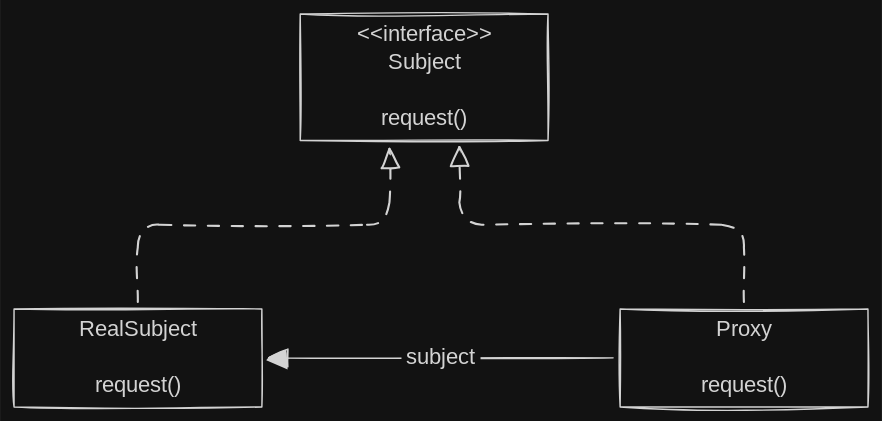
The Excalidraw diagram 02-theory/design-pattern-proxy/assets/proxy-pattern-class-diagram.excalidraw.svg in gukin-han/gukin-han.github.io, before a commit. Source tidied: one line per element, renumbered; positions are measured from the earlier drawing's top-left corner, leaving out a move shared by most shapes. Source of this version:
```json
{"id": 0, "type": "rectangle", "strokeColor": "#1e1e1e", "strokeWidth": 1, "roughness": 1, "x": 204, "y": 0, "width": 177, "height": 90}
{"id": 1, "type": "text", "text": "<<interface>>\nSubject\n\nrequest()", "strokeColor": "#1e1e1e", "strokeWidth": 1, "roughness": 1, "fontSize": 16, "fontFamily": 5, "textAlign": "center", "inside": 0, "x": 240, "y": 5, "width": 106, "height": 80}
{"id": 2, "type": "rectangle", "strokeColor": "#1e1e1e", "strokeWidth": 1, "roughness": 1, "x": 0, "y": 211, "width": 177, "height": 70}
{"id": 3, "type": "text", "text": "RealSubject\n\nrequest()", "strokeColor": "#1e1e1e", "strokeWidth": 1, "roughness": 1, "fontSize": 16, "fontFamily": 5, "textAlign": "center", "inside": 2, "x": 43, "y": 216, "width": 91, "height": 60}
{"id": 4, "type": "rectangle", "strokeColor": "#1e1e1e", "strokeWidth": 1, "roughness": 1, "x": 433, "y": 211, "width": 177, "height": 70}
{"id": 5, "type": "text", "text": "Proxy\n\nrequest()", "strokeColor": "#1e1e1e", "strokeWidth": 1, "roughness": 1, "fontSize": 16, "fontFamily": 5, "textAlign": "center", "inside": 4, "x": 485, "y": 216, "width": 72, "height": 60}
{"id": 6, "type": "arrow", "strokeColor": "#1e1e1e", "strokeWidth": 1, "strokeStyle": "dashed", "roughness": 1, "endArrowhead": "triangle_outline", "from": 2, "to": 0, "x": 88, "y": 206, "width": 180, "height": 109, "points": [[0, 0], [0, -55], [180, -55], [180, -109]]}
{"id": 7, "type": "arrow", "strokeColor": "#1e1e1e", "strokeWidth": 1, "strokeStyle": "dashed", "roughness": 1, "endArrowhead": "triangle_outline", "from": 4, "to": 0, "x": 521, "y": 206, "width": 203, "height": 111, "points": [[0, 0], [0, -55], [-203, -55], [-203, -111]]}
{"id": 8, "type": "arrow", "strokeColor": "#1e1e1e", "strokeWidth": 1, "roughness": 1, "endArrowhead": "triangle", "from": 4, "to": 2, "x": 428, "y": 246, "width": 246, "height": 0, "points": [[0, 0], [-246, 0]]}
{"id": 9, "type": "text", "text": "subject", "strokeColor": "#1e1e1e", "strokeWidth": 1, "strokeStyle": "dashed", "roughness": 1, "fontSize": 16, "fontFamily": 5, "textAlign": "center", "verticalAlign": "middle", "inside": 8, "x": 277, "y": 236, "width": 56, "height": 20}
```
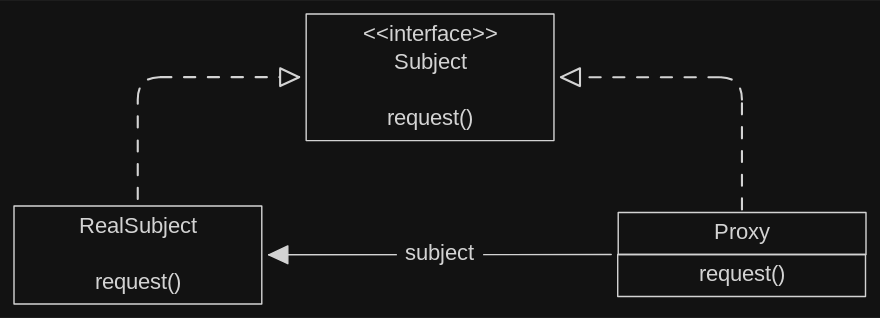
Above is the later version.

The edit, as a diff of the source:
```diff
@@ -1,10 +1,12 @@
-{"id": 0, "type": "rectangle", "strokeColor": "#1e1e1e", "strokeWidth": 1, "roughness": 1, "x": 204, "y": 0, "width": 177, "height": 90}
+{"id": 0, "type": "rectangle", "strokeColor": "#1e1e1e", "strokeWidth": 1, "roughness": 0, "x": 209, "y": 74, "width": 177, "height": 90}
-{"id": 1, "type": "text", "text": "<<interface>>\nSubject\n\nrequest()", "strokeColor": "#1e1e1e", "strokeWidth": 1, "roughness": 1, "fontSize": 16, "fontFamily": 5, "textAlign": "center", "inside": 0, "x": 240, "y": 5, "width": 106, "height": 80}
+{"id": 1, "type": "text", "text": "<<interface>>\nSubject\n\nrequest()", "strokeColor": "#1e1e1e", "strokeWidth": 1, "roughness": 1, "fontSize": 16, "fontFamily": 8, "textAlign": "center", "inside": 0, "x": 240, "y": 79, "width": 114, "height": 80}
-{"id": 2, "type": "rectangle", "strokeColor": "#1e1e1e", "strokeWidth": 1, "roughness": 1, "x": 0, "y": 211, "width": 177, "height": 70}
+{"id": 2, "type": "rectangle", "strokeColor": "#1e1e1e", "strokeWidth": 1, "roughness": 0, "x": 0, "y": 211, "width": 177, "height": 70}
-{"id": 3, "type": "text", "text": "RealSubject\n\nrequest()", "strokeColor": "#1e1e1e", "strokeWidth": 1, "roughness": 1, "fontSize": 16, "fontFamily": 5, "textAlign": "center", "inside": 2, "x": 43, "y": 216, "width": 91, "height": 60}
+{"id": 3, "type": "text", "text": "RealSubject\n\nrequest()", "strokeColor": "#1e1e1e", "strokeWidth": 1, "roughness": 1, "fontSize": 16, "fontFamily": 8, "textAlign": "center", "inside": 2, "x": 40, "y": 216, "width": 97, "height": 60}
-{"id": 4, "type": "rectangle", "strokeColor": "#1e1e1e", "strokeWidth": 1, "roughness": 1, "x": 433, "y": 211, "width": 177, "height": 70}
-{"id": 5, "type": "text", "text": "Proxy\n\nrequest()", "strokeColor": "#1e1e1e", "strokeWidth": 1, "roughness": 1, "fontSize": 16, "fontFamily": 5, "textAlign": "center", "inside": 4, "x": 485, "y": 216, "width": 72, "height": 60}
+{"id": 10, "type": "rectangle", "strokeColor": "#1e1e1e", "strokeWidth": 1, "roughness": 0, "x": 431, "y": 215, "width": 177, "height": 30}
+{"id": 11, "type": "text", "text": "Proxy", "strokeColor": "#1e1e1e", "strokeWidth": 1, "roughness": 1, "fontSize": 16, "fontFamily": 8, "textAlign": "center", "inside": 10, "x": 498, "y": 220, "width": 44, "height": 20}
-{"id": 6, "type": "arrow", "strokeColor": "#1e1e1e", "strokeWidth": 1, "strokeStyle": "dashed", "roughness": 1, "endArrowhead": "triangle_outline", "from": 2, "to": 0, "x": 88, "y": 206, "width": 180, "height": 109, "points": [[0, 0], [0, -55], [180, -55], [180, -109]]}
+{"id": 6, "type": "arrow", "strokeColor": "#1e1e1e", "strokeWidth": 1, "strokeStyle": "dashed", "roughness": 0, "endArrowhead": "triangle_outline", "from": 2, "to": 0, "x": 88, "y": 206, "width": 115, "height": 87, "points": [[0, 0], [0, -87], [115, -87]]}
-{"id": 7, "type": "arrow", "strokeColor": "#1e1e1e", "strokeWidth": 1, "strokeStyle": "dashed", "roughness": 1, "endArrowhead": "triangle_outline", "from": 4, "to": 0, "x": 521, "y": 206, "width": 203, "height": 111, "points": [[0, 0], [0, -55], [-203, -55], [-203, -111]]}
+{"id": 7, "type": "arrow", "strokeColor": "#1e1e1e", "strokeWidth": 1, "strokeStyle": "dashed", "roughness": 0, "endArrowhead": "triangle_outline", "from": 10, "to": 0, "x": 520, "y": 213, "width": 129, "height": 95, "points": [[0, 0], [0, -95], [-129, -95]]}
-{"id": 8, "type": "arrow", "strokeColor": "#1e1e1e", "strokeWidth": 1, "roughness": 1, "endArrowhead": "triangle", "from": 4, "to": 2, "x": 428, "y": 246, "width": 246, "height": 0, "points": [[0, 0], [-246, 0]]}
+{"id": 8, "type": "arrow", "strokeColor": "#1e1e1e", "strokeWidth": 1, "roughness": 0, "endArrowhead": "triangle", "from": 10, "to": 2, "x": 426, "y": 245, "width": 245, "height": 0, "points": [[0, 0], [-245, 0]]}
-{"id": 9, "type": "text", "text": "subject", "strokeColor": "#1e1e1e", "strokeWidth": 1, "strokeStyle": "dashed", "roughness": 1, "fontSize": 16, "fontFamily": 5, "textAlign": "center", "verticalAlign": "middle", "inside": 8, "x": 277, "y": 236, "width": 56, "height": 20}
+{"id": 9, "type": "text", "text": "subject", "strokeColor": "#1e1e1e", "strokeWidth": 1, "strokeStyle": "dashed", "roughness": 1, "fontSize": 16, "fontFamily": 8, "textAlign": "center", "verticalAlign": "middle", "inside": 8, "x": 274, "y": 236, "width": 62, "height": 20}
+{"id": 4, "type": "rectangle", "strokeColor": "#1e1e1e", "strokeWidth": 1, "roughness": 0, "x": 431, "y": 245, "width": 177, "height": 30}
+{"id": 5, "type": "text", "text": "request()", "strokeColor": "#1e1e1e", "strokeWidth": 1, "roughness": 1, "fontSize": 16, "fontFamily": 8, "textAlign": "center", "inside": 4, "x": 480, "y": 250, "width": 79, "height": 20}
```
